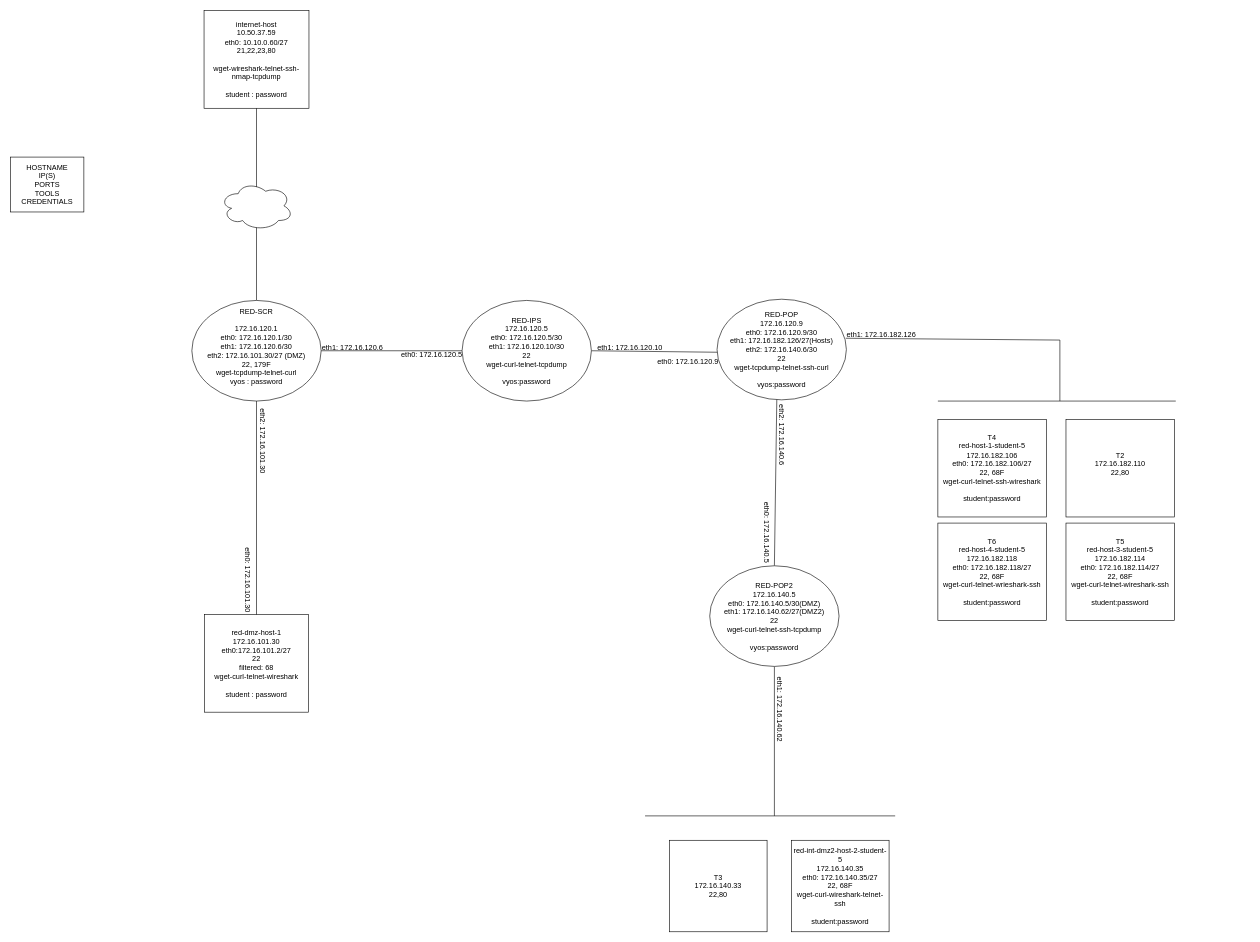
Above: Networking/Vacca/Better_Map.drawio in TheWaltuh/COSC-Notes (draw.io), before the change. Source tidied: cells renumbered, new cells numbered last; positions are measured from the earlier drawing's top-left corner, leaving out a move shared by most shapes. Both pictures are drawn from the tidied source at 61%, with x=0, y=0 at pixel (10, 10).
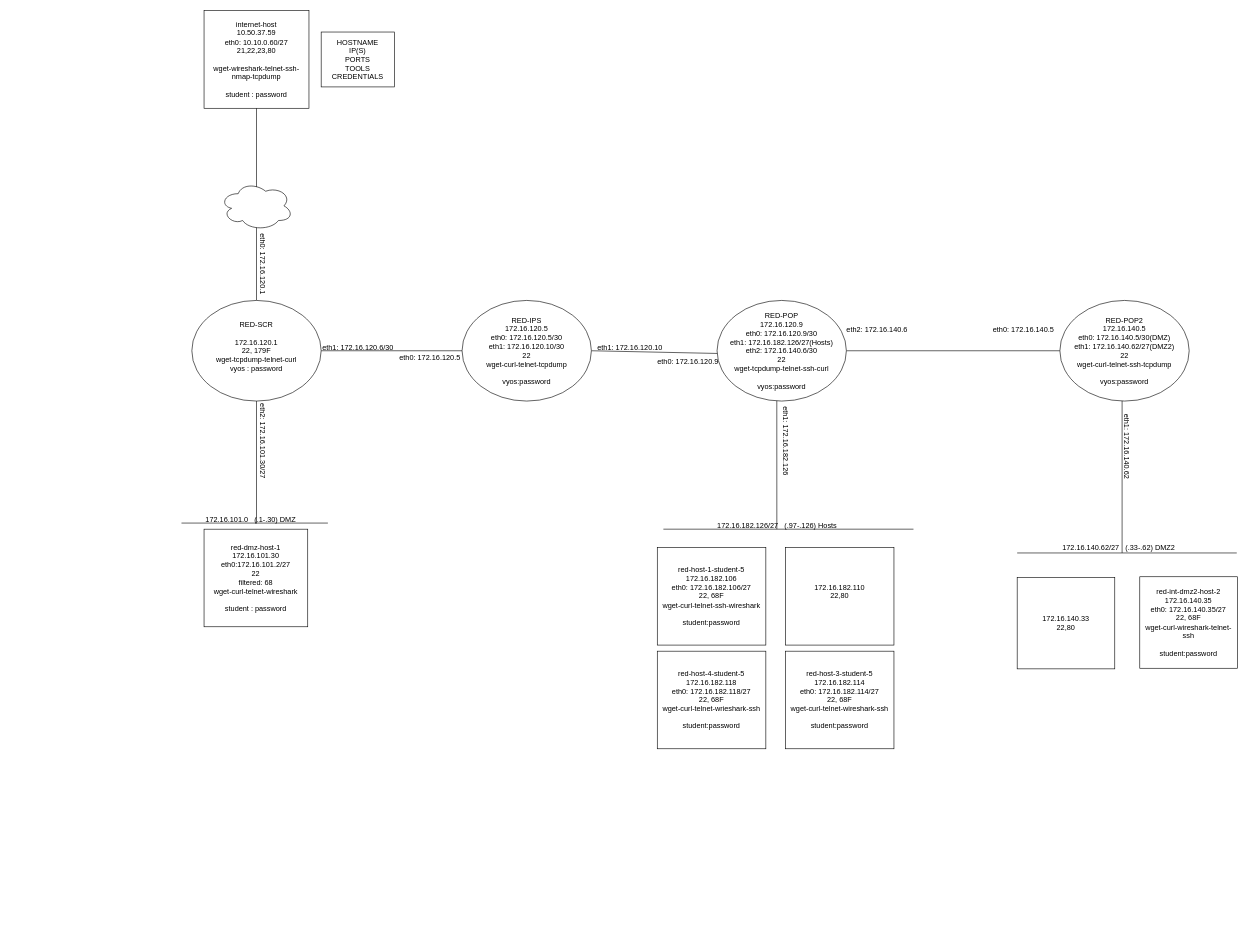
The same diagram, later.

What changed in the source:
```diff
@@
+    <mxCell id="36" value="&lt;div&gt;172.16.182.126/27&lt;span style=&quot;white-space: pre;&quot;&gt; &lt;/span&gt;&lt;span style=&quot;white-space: pre;&quot;&gt; &lt;/span&gt;&lt;span style=&quot;white-space: pre;&quot;&gt; &lt;/span&gt;&lt;span style=&quot;white-space: pre;&quot;&gt;(.97-.126)&lt;/span&gt;&lt;span style=&quot;white-space: pre;&quot;&gt; Hosts&lt;/span&gt;&amp;nbsp;&amp;nbsp;&amp;nbsp;&amp;nbsp;&amp;nbsp;&amp;nbsp;&amp;nbsp;&amp;nbsp;&amp;nbsp;&amp;nbsp;&amp;nbsp; &lt;br&gt;&lt;/div&gt;" style="text;html=1;strokeColor=none;fillColor=none;align=center;verticalAlign=middle;whiteSpace=wrap;rounded=0;" parent="1" vertex="1">
+      <mxGeometry x="1080" y="830" width="390" height="30" as="geometry" />
+    </mxCell>
     <mxCell id="2" value="&lt;div&gt;HOSTNAME&lt;/div&gt;&lt;div&gt;IP(S)&lt;/div&gt;&lt;div&gt;PORTS&lt;/div&gt;&lt;div&gt;TOOLS&lt;/div&gt;&lt;div&gt;CREDENTIALS&lt;/div&gt;" style="rounded=0;whiteSpace=wrap;html=1;" parent="1" vertex="1">
-      <mxGeometry y="240" width="120" height="90" as="geometry" />
+      <mxGeometry x="509" y="35" width="120" height="90" as="geometry" />
     </mxCell>
@@
-    <mxCell id="4" value="&lt;div&gt;T2&lt;/div&gt;&lt;div&gt;172.16.182.110&lt;/div&gt;&lt;div&gt;22,80&lt;/div&gt;&lt;div&gt;&lt;br&gt;&lt;/div&gt;" style="rounded=0;whiteSpace=wrap;html=1;" parent="1" vertex="1">
-      <mxGeometry x="1730" y="670" width="178" height="160" as="geometry" />
+    <mxCell id="4" value="&lt;div&gt;172.16.182.110&lt;/div&gt;&lt;div&gt;22,80&lt;/div&gt;&lt;div&gt;&lt;br&gt;&lt;/div&gt;" style="rounded=0;whiteSpace=wrap;html=1;" parent="1" vertex="1">
+      <mxGeometry x="1270" y="880" width="178" height="160" as="geometry" />
     </mxCell>
-    <mxCell id="5" value="&lt;div&gt;T3&lt;/div&gt;&lt;div&gt;172.16.140.33&lt;/div&gt;&lt;div&gt;22,80&lt;br&gt;&lt;/div&gt;" style="rounded=0;whiteSpace=wrap;html=1;" parent="1" vertex="1">
-      <mxGeometry x="1080" y="1360" width="160" height="150" as="geometry" />
+    <mxCell id="5" value="&lt;div&gt;172.16.140.33&lt;/div&gt;&lt;div&gt;22,80&lt;br&gt;&lt;/div&gt;" style="rounded=0;whiteSpace=wrap;html=1;" parent="1" vertex="1">
+      <mxGeometry x="1650" y="929" width="160" height="150" as="geometry" />
     </mxCell>
-    <mxCell id="6" value="&lt;div&gt;T4&lt;br&gt;&lt;/div&gt;&lt;div&gt;red-host-1-student-5&lt;br&gt;&lt;/div&gt;&lt;div&gt;172.16.182.106&lt;/div&gt;&lt;div&gt;eth0: 172.16.182.106/27&lt;br&gt;&lt;/div&gt;&lt;div&gt;22, 68F&lt;/div&gt;&lt;div&gt;wget-curl-telnet-ssh-wireshark&lt;/div&gt;&lt;div&gt;&lt;br&gt;&lt;/div&gt;&lt;div&gt;student:password&lt;br&gt;&lt;/div&gt;" style="rounded=0;whiteSpace=wrap;html=1;" parent="1" vertex="1">
-      <mxGeometry x="1520" y="670" width="178" height="160" as="geometry" />
+    <mxCell id="6" value="red-host-1-student-5&lt;br&gt;&lt;div&gt;172.16.182.106&lt;/div&gt;&lt;div&gt;eth0: 172.16.182.106/27&lt;br&gt;&lt;/div&gt;&lt;div&gt;22, 68F&lt;/div&gt;&lt;div&gt;wget-curl-telnet-ssh-wireshark&lt;/div&gt;&lt;div&gt;&lt;br&gt;&lt;/div&gt;&lt;div&gt;student:password&lt;br&gt;&lt;/div&gt;" style="rounded=0;whiteSpace=wrap;html=1;" parent="1" vertex="1">
+      <mxGeometry x="1060" y="880" width="178" height="160" as="geometry" />
     </mxCell>
-    <mxCell id="7" value="&lt;div&gt;T5&lt;/div&gt;&lt;div&gt;red-host-3-student-5&lt;br&gt;&lt;/div&gt;&lt;div&gt;172.16.182.114&lt;/div&gt;&lt;div&gt;eth0: 172.16.182.114/27&lt;br&gt;&lt;/div&gt;&lt;div&gt;22, 68F&lt;/div&gt;&lt;div&gt;wget-curl-telnet-wireshark-ssh&lt;br&gt;&lt;/div&gt;&lt;div&gt;&lt;br&gt;&lt;/div&gt;&lt;div&gt;student:password&lt;br&gt;&lt;/div&gt;" style="rounded=0;whiteSpace=wrap;html=1;" parent="1" vertex="1">
-      <mxGeometry x="1730" y="840" width="178" height="160" as="geometry" />
+    <mxCell id="7" value="&lt;div&gt;red-host-3-student-5&lt;br&gt;&lt;/div&gt;&lt;div&gt;172.16.182.114&lt;/div&gt;&lt;div&gt;eth0: 172.16.182.114/27&lt;br&gt;&lt;/div&gt;&lt;div&gt;22, 68F&lt;/div&gt;&lt;div&gt;wget-curl-telnet-wireshark-ssh&lt;br&gt;&lt;/div&gt;&lt;div&gt;&lt;br&gt;&lt;/div&gt;&lt;div&gt;student:password&lt;br&gt;&lt;/div&gt;" style="rounded=0;whiteSpace=wrap;html=1;" parent="1" vertex="1">
+      <mxGeometry x="1270" y="1050" width="178" height="160" as="geometry" />
     </mxCell>
-    <mxCell id="8" value="&lt;div&gt;T6&lt;/div&gt;&lt;div&gt;red-host-4-student-5&lt;br&gt;&lt;/div&gt;&lt;div&gt;172.16.182.118&lt;/div&gt;&lt;div&gt;eth0: 172.16.182.118/27&lt;br&gt;&lt;/div&gt;&lt;div&gt;22, 68F&lt;br&gt;&lt;/div&gt;&lt;div&gt;wget-curl-telnet-wrieshark-ssh&lt;br&gt;&lt;/div&gt;&lt;div&gt;&lt;br&gt;&lt;/div&gt;&lt;div&gt;student:password&lt;br&gt;&lt;/div&gt;" style="rounded=0;whiteSpace=wrap;html=1;" parent="1" vertex="1">
-      <mxGeometry x="1520" y="840" width="178" height="160" as="geometry" />
+    <mxCell id="8" value="&lt;div&gt;red-host-4-student-5&lt;br&gt;&lt;/div&gt;&lt;div&gt;172.16.182.118&lt;/div&gt;&lt;div&gt;eth0: 172.16.182.118/27&lt;br&gt;&lt;/div&gt;&lt;div&gt;22, 68F&lt;br&gt;&lt;/div&gt;&lt;div&gt;wget-curl-telnet-wrieshark-ssh&lt;br&gt;&lt;/div&gt;&lt;div&gt;&lt;br&gt;&lt;/div&gt;&lt;div&gt;student:password&lt;br&gt;&lt;/div&gt;" style="rounded=0;whiteSpace=wrap;html=1;" parent="1" vertex="1">
+      <mxGeometry x="1060" y="1050" width="178" height="160" as="geometry" />
     </mxCell>
-    <mxCell id="9" value="&lt;div&gt;red-int-dmz2-host-2-student-5&lt;br&gt;&lt;/div&gt;&lt;div&gt;172.16.140.35&lt;/div&gt;&lt;div&gt;eth0: 172.16.140.35/27&lt;br&gt;&lt;/div&gt;&lt;div&gt;22, 68F&lt;/div&gt;&lt;div&gt;wget-curl-wireshark-telnet-ssh&lt;/div&gt;&lt;div&gt;&lt;br&gt;&lt;/div&gt;&lt;div&gt;student:password&lt;br&gt;&lt;/div&gt;" style="rounded=0;whiteSpace=wrap;html=1;" parent="1" vertex="1">
-      <mxGeometry x="1280" y="1360" width="160" height="150" as="geometry" />
+    <mxCell id="9" value="&lt;div&gt;red-int-dmz2-host-2&lt;br&gt;&lt;/div&gt;&lt;div&gt;172.16.140.35&lt;/div&gt;&lt;div&gt;eth0: 172.16.140.35/27&lt;br&gt;&lt;/div&gt;&lt;div&gt;22, 68F&lt;/div&gt;&lt;div&gt;wget-curl-wireshark-telnet-ssh&lt;/div&gt;&lt;div&gt;&lt;br&gt;&lt;/div&gt;&lt;div&gt;student:password&lt;br&gt;&lt;/div&gt;" style="rounded=0;whiteSpace=wrap;html=1;" parent="1" vertex="1">
+      <mxGeometry x="1851" y="928" width="160" height="150" as="geometry" />
     </mxCell>
     <mxCell id="10" value="&lt;div&gt;red-dmz-host-1&lt;/div&gt;&lt;div&gt;172.16.101.30&lt;/div&gt;&lt;div&gt;eth0:172.16.101.2/27&lt;br&gt;&lt;/div&gt;&lt;div&gt;22&lt;/div&gt;&lt;div&gt;filtered: 68&lt;br&gt;&lt;/div&gt;&lt;div&gt;wget-curl-telnet-wireshark&lt;/div&gt;&lt;div&gt;&lt;br&gt;&lt;/div&gt;&lt;div&gt;student : password&lt;/div&gt;" style="rounded=0;whiteSpace=wrap;html=1;" parent="1" vertex="1">
-      <mxGeometry x="318" y="990" width="170" height="160" as="geometry" />
+      <mxGeometry x="317" y="850" width="170" height="160" as="geometry" />
     </mxCell>
@@
-    <mxCell id="12" value="eth1: 172.16.120.6" style="text;html=1;align=center;verticalAlign=middle;strokeColor=none;fillColor=none;" parent="1" vertex="1">
-      <mxGeometry x="500" y="538" width="120" height="30" as="geometry" />
+    <mxCell id="12" value="eth1: 172.16.120.6/30" style="text;html=1;align=center;verticalAlign=middle;strokeColor=none;fillColor=none;" parent="1" vertex="1">
+      <mxGeometry x="499" y="537" width="140" height="30" as="geometry" />
     </mxCell>
     <mxCell id="13" value="eth0: 172.16.120.5" style="text;html=1;align=center;verticalAlign=middle;strokeColor=none;fillColor=none;" parent="1" vertex="1">
-      <mxGeometry x="630" y="550" width="120" height="30" as="geometry" />
+      <mxGeometry x="627" y="554" width="120" height="30" as="geometry" />
     </mxCell>
-    <mxCell id="14" value="eth2: 172.16.101.30" style="text;html=1;align=center;verticalAlign=middle;strokeColor=none;fillColor=none;rotation=90;" parent="1" vertex="1">
-      <mxGeometry x="349" y="690" width="130" height="30" as="geometry" />
+    <mxCell id="14" value="&lt;div&gt;eth2: 172.16.101.30/27&lt;/div&gt;" style="text;html=1;align=center;verticalAlign=middle;strokeColor=none;fillColor=none;rotation=90;" parent="1" vertex="1">
+      <mxGeometry x="339" y="690" width="150" height="30" as="geometry" />
     </mxCell>
-    <mxCell id="15" value="eth0: 172.16.101.30" style="text;html=1;align=center;verticalAlign=middle;strokeColor=none;fillColor=none;rotation=90;" parent="1" vertex="1">
-      <mxGeometry x="323" y="918" width="130" height="30" as="geometry" />
-    </mxCell>
@@
-    <mxCell id="19" style="endArrow=none;html=1;rounded=0;entryX=0.462;entryY=0.994;entryDx=0;entryDy=0;entryPerimeter=0;exitX=0.5;exitY=0;exitDx=0;exitDy=0;" parent="1" edge="1" source="31" target="30">
-      <mxGeometry relative="1" as="geometry" />
+    <mxCell id="19" style="endArrow=none;html=1;rounded=0;entryX=0.462;entryY=0.994;entryDx=0;entryDy=0;entryPerimeter=0;" parent="1" edge="1" target="30">
+      <mxGeometry relative="1" as="geometry">
+        <mxPoint x="1256" y="850" as="sourcePoint" />
+      </mxGeometry>
     </mxCell>
-    <mxCell id="20" value="eth2: 172.16.140.6" style="text;html=1;align=center;verticalAlign=middle;strokeColor=none;fillColor=none;rotation=90;" parent="1" vertex="1">
-      <mxGeometry x="1204" y="680" width="120" height="30" as="geometry" />
+    <mxCell id="20" value="eth2: 172.16.140.6" style="text;html=1;align=center;verticalAlign=middle;strokeColor=none;fillColor=none;rotation=0;" parent="1" vertex="1">
+      <mxGeometry x="1360" y="508" width="120" height="30" as="geometry" />
     </mxCell>
-    <mxCell id="21" value="eth0: 172.16.140.5" style="text;html=1;align=center;verticalAlign=middle;strokeColor=none;fillColor=none;rotation=90;" parent="1" vertex="1">
-      <mxGeometry x="1180" y="840" width="120" height="30" as="geometry" />
+    <mxCell id="21" value="eth0: 172.16.140.5" style="text;html=1;align=center;verticalAlign=middle;strokeColor=none;fillColor=none;rotation=0;" parent="1" vertex="1">
+      <mxGeometry x="1600" y="508" width="120" height="30" as="geometry" />
     </mxCell>
-    <mxCell id="22" style="endArrow=none;html=1;rounded=0;entryX=0.5;entryY=1;entryDx=0;entryDy=0;" parent="1" edge="1" target="31">
+    <mxCell id="22" style="endArrow=none;html=1;rounded=0;" parent="1" edge="1">
       <mxGeometry relative="1" as="geometry">
-        <mxPoint x="1252" y="1320" as="sourcePoint" />
+        <mxPoint x="1822" y="889" as="sourcePoint" />
+        <mxPoint x="1822" y="629" as="targetPoint" />
       </mxGeometry>
     </mxCell>
     <mxCell id="23" value="eth1: 172.16.140.62" style="text;html=1;align=center;verticalAlign=middle;strokeColor=none;fillColor=none;rotation=90;" parent="1" vertex="1">
-      <mxGeometry x="1195" y="1130" width="130" height="30" as="geometry" />
+      <mxGeometry x="1765" y="699" width="130" height="30" as="geometry" />
     </mxCell>
-    <mxCell id="24" style="endArrow=none;html=1;rounded=0;entryX=0.5;entryY=1;entryDx=0;entryDy=0;exitX=0.5;exitY=0;exitDx=0;exitDy=0;" parent="1" edge="1" source="10" target="28">
-      <mxGeometry relative="1" as="geometry" />
+    <mxCell id="24" style="endArrow=none;html=1;rounded=0;entryX=0.5;entryY=1;entryDx=0;entryDy=0;" parent="1" edge="1" target="28">
+      <mxGeometry relative="1" as="geometry">
+        <mxPoint x="403" y="840" as="sourcePoint" />
+      </mxGeometry>
     </mxCell>
-    <mxCell id="25" style="endArrow=none;html=1;rounded=0;exitX=0.995;exitY=0.388;exitDx=0;exitDy=0;exitPerimeter=0;" parent="1" edge="1" source="30">
-      <mxGeometry relative="1" as="geometry">
-        <mxPoint x="1720" y="540" as="targetPoint" />
-      </mxGeometry>
+    <mxCell id="25" style="endArrow=none;html=1;rounded=0;exitX=1;exitY=0.5;exitDx=0;exitDy=0;entryX=0;entryY=0.5;entryDx=0;entryDy=0;" parent="1" edge="1" source="30" target="31">
+      <mxGeometry relative="1" as="geometry" />
     </mxCell>
-    <mxCell id="26" value="eth1: 172.16.182.126" style="text;html=1;align=center;verticalAlign=middle;strokeColor=none;fillColor=none;rotation=0;" parent="1" vertex="1">
-      <mxGeometry x="1357" y="517" width="140" height="30" as="geometry" />
+    <mxCell id="26" value="eth1: 172.16.182.126" style="text;html=1;align=center;verticalAlign=middle;strokeColor=none;fillColor=none;rotation=90;" parent="1" vertex="1">
+      <mxGeometry x="1200" y="690" width="140" height="30" as="geometry" />
     </mxCell>
@@
-    <mxCell id="28" value="&lt;div&gt;RED-SCR&lt;/div&gt;&lt;div&gt;&lt;br&gt;&lt;/div&gt;&lt;div&gt;&lt;div&gt;172.16.120.1&lt;/div&gt;&lt;div&gt;eth0: 172.16.120.1/30&lt;/div&gt;&lt;div&gt;eth1: 172.16.120.6/30&lt;/div&gt;&lt;div&gt;eth2: 172.16.101.30/27 (DMZ)&lt;br&gt;&lt;/div&gt;&lt;div&gt;22, 179F&lt;br&gt;&lt;/div&gt;&lt;div&gt;wget-tcpdump-telnet-curl&lt;br&gt;&lt;/div&gt;vyos : password&lt;/div&gt;&lt;div&gt;&lt;br&gt;&lt;/div&gt;" style="ellipse;whiteSpace=wrap;html=1;" parent="1" vertex="1">
+    <mxCell id="28" value="&lt;div&gt;RED-SCR&lt;/div&gt;&lt;div&gt;&lt;br&gt;&lt;/div&gt;&lt;div&gt;&lt;div&gt;172.16.120.1&lt;/div&gt;&lt;div&gt;22, 179F&lt;br&gt;&lt;/div&gt;&lt;div&gt;wget-tcpdump-telnet-curl&lt;br&gt;&lt;/div&gt;vyos : password&lt;/div&gt;&lt;div&gt;&lt;br&gt;&lt;/div&gt;" style="ellipse;whiteSpace=wrap;html=1;" parent="1" vertex="1">
       <mxGeometry x="297" y="475" width="212" height="165" as="geometry" />
     </mxCell>
@@
     <mxCell id="30" value="&lt;div&gt;RED-POP&lt;br&gt;&lt;/div&gt;&lt;div&gt;172.16.120.9&lt;/div&gt;&lt;div&gt;eth0: 172.16.120.9/30&lt;/div&gt;&lt;div&gt;eth1: 172.16.182.126/27(Hosts)&lt;/div&gt;&lt;div&gt;eth2: 172.16.140.6/30&lt;br&gt;&lt;/div&gt;&lt;div&gt;22&lt;/div&gt;&lt;div&gt;wget-tcpdump-telnet-ssh-curl&lt;/div&gt;&lt;div&gt;&lt;br&gt;&lt;/div&gt;&lt;div&gt;vyos:password&lt;br&gt;&lt;/div&gt;" style="ellipse;whiteSpace=wrap;html=1;" parent="1" vertex="1">
-      <mxGeometry x="1158" y="473" width="212" height="165" as="geometry" />
+      <mxGeometry x="1158" y="475" width="212" height="165" as="geometry" />
     </mxCell>
     <mxCell id="31" value="&lt;div&gt;RED-POP2&lt;/div&gt;&lt;div&gt;172.16.140.5&lt;/div&gt;&lt;div&gt;eth0: 172.16.140.5/30(DMZ)&lt;/div&gt;&lt;div&gt;eth1: 172.16.140.62/27(DMZ2)&lt;br&gt;&lt;/div&gt;&lt;div&gt;22&lt;/div&gt;&lt;div&gt;wget-curl-telnet-ssh-tcpdump&lt;/div&gt;&lt;div&gt;&lt;br&gt;&lt;/div&gt;&lt;div&gt;vyos:password&lt;br&gt;&lt;/div&gt;" style="ellipse;whiteSpace=wrap;html=1;" parent="1" vertex="1">
-      <mxGeometry x="1146" y="910" width="212" height="165" as="geometry" />
+      <mxGeometry x="1720" y="475" width="212" height="165" as="geometry" />
     </mxCell>
@@
     <mxCell id="33" style="endArrow=none;html=1;rounded=0;" parent="1" edge="1">
       <mxGeometry relative="1" as="geometry">
-        <mxPoint x="1040" y="1320" as="sourcePoint" />
-        <mxPoint x="1450" y="1320" as="targetPoint" />
+        <mxPoint x="1650" y="889" as="sourcePoint" />
+        <mxPoint x="2010" y="889" as="targetPoint" />
       </mxGeometry>
     </mxCell>
-    <mxCell id="34" style="endArrow=none;html=1;rounded=0;" parent="1" edge="1">
-      <mxGeometry relative="1" as="geometry">
-        <mxPoint x="1520" y="640" as="sourcePoint" />
-        <mxPoint x="1910" y="640" as="targetPoint" />
-      </mxGeometry>
-    </mxCell>
-    <mxCell id="35" style="endArrow=none;html=1;rounded=0;" parent="1" edge="1">
-      <mxGeometry relative="1" as="geometry">
-        <mxPoint x="1720" y="640" as="sourcePoint" />
-        <mxPoint x="1720" y="540" as="targetPoint" />
-      </mxGeometry>
-    </mxCell>
+    <mxCell id="37" value="eth0: 172.16.120.1" style="text;html=1;align=center;verticalAlign=middle;strokeColor=none;fillColor=none;rotation=90;" parent="1" vertex="1">
+      <mxGeometry x="354" y="400" width="120" height="30" as="geometry" />
+    </mxCell>
+    <mxCell id="38" style="endArrow=none;html=1;rounded=0;" parent="1" edge="1">
+      <mxGeometry relative="1" as="geometry">
+        <mxPoint x="280" y="840" as="sourcePoint" />
+        <mxPoint x="520" y="840" as="targetPoint" />
+      </mxGeometry>
+    </mxCell>
+    <mxCell id="39" value="&lt;div&gt;172.16.101.0&lt;span style=&quot;white-space: pre;&quot;&gt; &lt;/span&gt;&lt;span style=&quot;white-space: pre;&quot;&gt; &lt;/span&gt;&lt;span style=&quot;white-space: pre;&quot;&gt; &lt;/span&gt;&lt;span style=&quot;white-space: pre;&quot;&gt;(.1-.30)&lt;/span&gt;&lt;span style=&quot;white-space: pre;&quot;&gt; DMZ&lt;/span&gt;&amp;nbsp;&amp;nbsp;&amp;nbsp;&amp;nbsp;&amp;nbsp;&amp;nbsp;&amp;nbsp;&amp;nbsp;&amp;nbsp;&amp;nbsp;&amp;nbsp; &lt;br&gt;&lt;/div&gt;" style="text;html=1;strokeColor=none;fillColor=none;align=center;verticalAlign=middle;whiteSpace=wrap;rounded=0;" parent="1" vertex="1">
+      <mxGeometry x="282" y="820" width="260" height="30" as="geometry" />
+    </mxCell>
+    <mxCell id="40" style="endArrow=none;html=1;rounded=0;" parent="1" edge="1">
+      <mxGeometry relative="1" as="geometry">
+        <mxPoint x="1070" y="850" as="sourcePoint" />
+        <mxPoint x="1480" y="850" as="targetPoint" />
+      </mxGeometry>
+    </mxCell>
+    <mxCell id="41" value="&lt;div&gt;172.16.140.62/27&lt;span style=&quot;white-space: pre;&quot;&gt; &lt;/span&gt;&lt;span style=&quot;white-space: pre;&quot;&gt; &lt;/span&gt;&lt;span style=&quot;white-space: pre;&quot;&gt; &lt;/span&gt;&lt;span style=&quot;white-space: pre;&quot;&gt;(.33-.62)&lt;/span&gt;&lt;span style=&quot;white-space: pre;&quot;&gt; DMZ2&lt;/span&gt;&amp;nbsp;&amp;nbsp;&amp;nbsp;&amp;nbsp;&amp;nbsp;&amp;nbsp;&amp;nbsp;&amp;nbsp;&amp;nbsp;&amp;nbsp;&amp;nbsp; &lt;br&gt;&lt;/div&gt;" style="text;html=1;strokeColor=none;fillColor=none;align=center;verticalAlign=middle;whiteSpace=wrap;rounded=0;" parent="1" vertex="1">
+      <mxGeometry x="1640" y="866" width="390" height="30" as="geometry" />
+    </mxCell>
```
